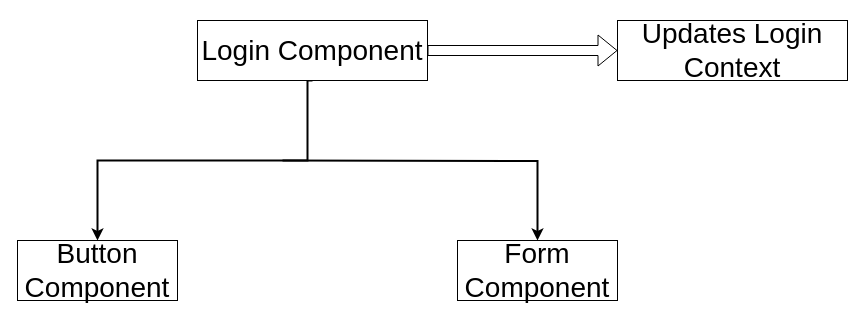
This is page "Login Component" (2 of 4) of diagrams/component-diagrams.drawio from sisackov/recipe-collections-react, a draw.io file, before an edit. Source tidied: cells renumbered, new cells numbered last; positions are measured from the earlier drawing's top-left corner, leaving out a move shared by most shapes. Both pictures are drawn from the tidied source at 100%, with x=0, y=0 at pixel (17, 20).
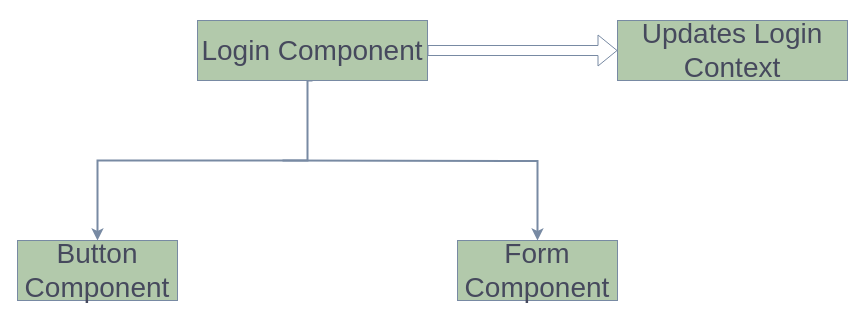
The same diagram, later.

What changed in the source:
```diff
@@
 <mxGraphModel>
   <root>
     <mxCell id="0" />
     <mxCell id="1" parent="0" />
-    <mxCell id="2" style="edgeStyle=orthogonalEdgeStyle;rounded=0;html=1;exitX=0.5;exitY=1;jettySize=auto;fontSize=28;strokeWidth=2;" parent="1" edge="1" target="6">
+    <mxCell id="2" style="edgeStyle=orthogonalEdgeStyle;rounded=0;html=1;exitX=0.5;exitY=1;jettySize=auto;fontSize=28;strokeWidth=2;strokeColor=#788AA3;fontColor=#46495D;" parent="1" edge="1" target="6">
       <mxGeometry relative="1" as="geometry">
         <mxPoint x="265" y="140" as="sourcePoint" />
       </mxGeometry>
     </mxCell>
-    <mxCell id="3" style="edgeStyle=orthogonalEdgeStyle;rounded=0;html=1;exitX=0.5;exitY=1;jettySize=auto;strokeWidth=2;fontSize=28;exitDx=0;exitDy=0;entryX=0.5;entryY=0;entryDx=0;entryDy=0;" parent="1" edge="1" source="5" target="7">
+    <mxCell id="3" style="edgeStyle=orthogonalEdgeStyle;rounded=0;html=1;exitX=0.5;exitY=1;jettySize=auto;strokeWidth=2;fontSize=28;exitDx=0;exitDy=0;entryX=0.5;entryY=0;entryDx=0;entryDy=0;strokeColor=#788AA3;fontColor=#46495D;" parent="1" edge="1" source="5" target="7">
       <mxGeometry relative="1" as="geometry">
         <Array as="points">
           <mxPoint x="290" y="60" />
           <mxPoint x="290" y="140" />
           <mxPoint x="80" y="140" />
         </Array>
       </mxGeometry>
     </mxCell>
-    <mxCell id="4" style="edgeStyle=orthogonalEdgeStyle;rounded=0;jettySize=auto;html=1;shape=flexArrow;" parent="1" edge="1" source="5" target="8">
+    <mxCell id="4" style="edgeStyle=orthogonalEdgeStyle;rounded=0;jettySize=auto;html=1;shape=flexArrow;strokeColor=#788AA3;fontColor=#46495D;" parent="1" edge="1" source="5" target="8">
       <mxGeometry relative="1" as="geometry" />
     </mxCell>
-    <mxCell id="5" value="Login Component" style="rounded=0;whiteSpace=wrap;html=1;fontSize=28;align=center;" parent="1" vertex="1">
+    <mxCell id="5" value="Login Component" style="rounded=0;whiteSpace=wrap;html=1;fontSize=28;align=center;fillColor=#B2C9AB;strokeColor=#788AA3;fontColor=#46495D;" parent="1" vertex="1">
       <mxGeometry x="180" width="230" height="60" as="geometry" />
     </mxCell>
-    <mxCell id="6" value="Form Component" style="rounded=0;whiteSpace=wrap;html=1;fontSize=28;align=center;" parent="1" vertex="1">
+    <mxCell id="6" value="Form Component" style="rounded=0;whiteSpace=wrap;html=1;fontSize=28;align=center;fillColor=#B2C9AB;strokeColor=#788AA3;fontColor=#46495D;" parent="1" vertex="1">
       <mxGeometry x="440" y="220" width="160" height="60" as="geometry" />
     </mxCell>
-    <mxCell id="7" value="Button Component" style="rounded=0;whiteSpace=wrap;html=1;fontSize=28;align=center;" parent="1" vertex="1">
+    <mxCell id="7" value="Button Component" style="rounded=0;whiteSpace=wrap;html=1;fontSize=28;align=center;fillColor=#B2C9AB;strokeColor=#788AA3;fontColor=#46495D;" parent="1" vertex="1">
       <mxGeometry y="220" width="160" height="60" as="geometry" />
     </mxCell>
-    <mxCell id="8" value="Updates Login Context&lt;br&gt;" style="rounded=0;whiteSpace=wrap;html=1;fontSize=28;align=center;" parent="1" vertex="1">
+    <mxCell id="8" value="Updates Login Context&lt;br&gt;" style="rounded=0;whiteSpace=wrap;html=1;fontSize=28;align=center;fillColor=#B2C9AB;strokeColor=#788AA3;fontColor=#46495D;" parent="1" vertex="1">
       <mxGeometry x="600" width="230" height="60" as="geometry" />
     </mxCell>
   </root>
 </mxGraphModel>
```
